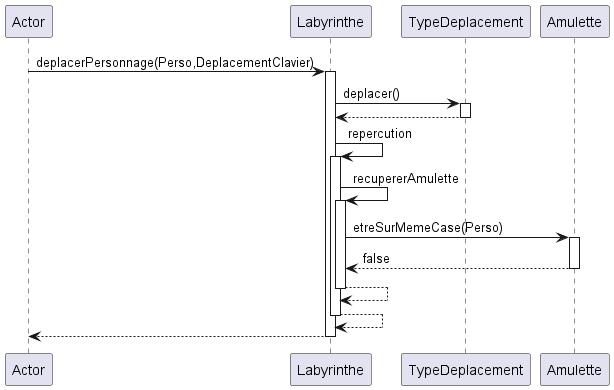
The PlantUML diagram zeldiablo/documents/version_5/diagseq_recupererAmuletteFalse.png in LukaSalvo/SAE2024, before a commit.
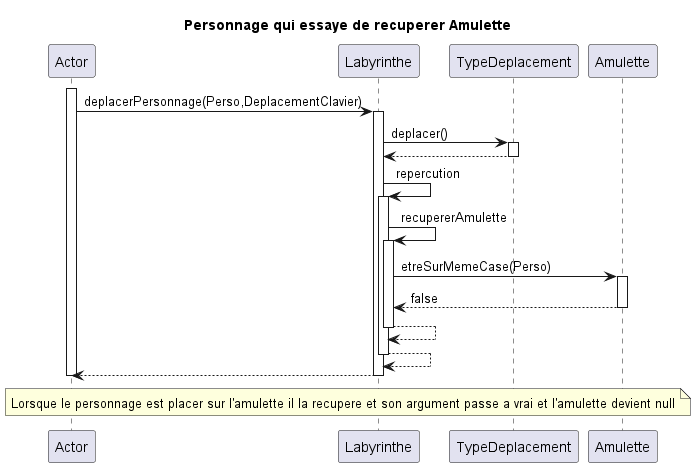
The same diagram one commit later.

Change to the diagram source:
```diff
@@ -1,6 +1,10 @@
 @startuml
 participant Actor
+
+title : Personnage qui essaye de recuperer Amulette
+activate Actor
 Actor -> Labyrinthe : deplacerPersonnage(Perso,DeplacementClavier)
+
 activate Labyrinthe
 Labyrinthe -> TypeDeplacement : deplacer()
 activate TypeDeplacement
@@ -20,4 +24,8 @@
 Labyrinthe --> Labyrinthe
 deactivate Labyrinthe
 return
+deactivate Actor
+note across
+Lorsque le personnage est placer sur l'amulette il la recupere et son argument passe a vrai et l'amulette devient null
+end note
 @enduml
```
